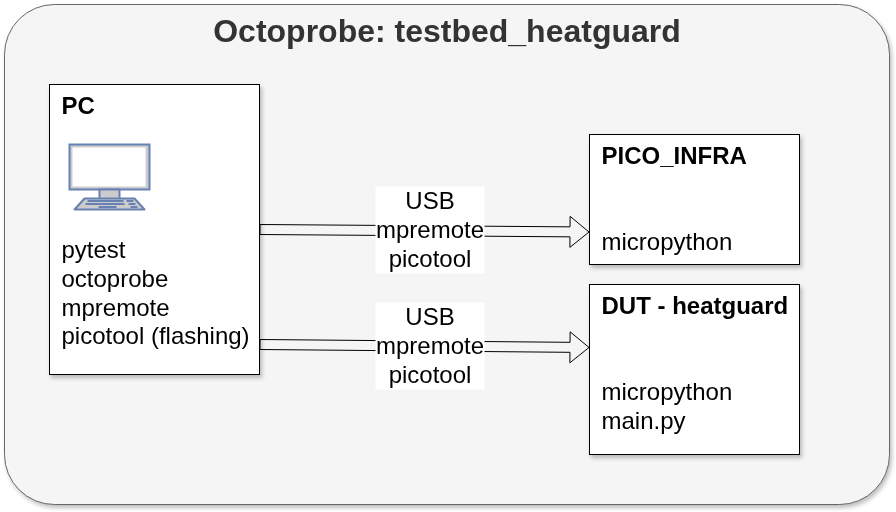
hmaerki/experiment_octoprobe_testbed_heatguard keeps this draw.io diagram as docs/implementation/10_overall_control/overall_control.drawio.png. Above is the earlier version. Source tidied: cells renumbered, new cells last; positions are measured from the earlier drawing's top-left corner, leaving out a move shared by most shapes. Source of this version:
```xml
<mxGraphModel>
  <root>
    <mxCell id="0" />
    <mxCell id="1" parent="0" />
    <mxCell id="2" value="&lt;b&gt;Octoprobe: testbed_heatguard&lt;/b&gt;" style="rounded=1;whiteSpace=wrap;html=1;shadow=1;align=center;horizontal=1;arcSize=10;verticalAlign=top;fontSize=32;fillColor=#f5f5f5;fontColor=#333333;strokeColor=#666666;" parent="1" vertex="1">
      <mxGeometry width="885" height="500" as="geometry" />
    </mxCell>
    <mxCell id="3" value="&lt;b&gt;PC&lt;/b&gt;&lt;br&gt;&lt;br&gt;&lt;br&gt;&lt;div&gt;&lt;br&gt;&lt;/div&gt;&lt;div&gt;&lt;span style=&quot;background-color: transparent; color: light-dark(rgb(0, 0, 0), rgb(255, 255, 255));&quot;&gt;&lt;br&gt;&lt;/span&gt;&lt;/div&gt;&lt;div&gt;&lt;span style=&quot;background-color: transparent; color: light-dark(rgb(0, 0, 0), rgb(255, 255, 255));&quot;&gt;pytest&lt;/span&gt;&lt;/div&gt;&lt;div&gt;octoprobe&lt;/div&gt;&lt;div&gt;mpremote&lt;/div&gt;&lt;div&gt;picotool (flashing)&lt;/div&gt;" style="rounded=0;whiteSpace=wrap;html=1;verticalAlign=top;align=left;shadow=1;fontSize=24;spacingLeft=10;" parent="1" vertex="1">
      <mxGeometry x="45" y="80" width="210" height="290" as="geometry" />
    </mxCell>
    <mxCell id="4" style="fontColor=#0066CC;verticalAlign=top;verticalLabelPosition=bottom;labelPosition=center;align=center;html=1;fillColor=#CCCCCC;strokeColor=#6881B3;gradientColor=none;gradientDirection=north;strokeWidth=2;shape=mxgraph.networks.terminal;" parent="1" vertex="1">
      <mxGeometry x="65" y="140" width="80" height="65" as="geometry" />
    </mxCell>
    <mxCell id="5" value="&lt;b&gt;PICO_INFRA&lt;/b&gt;&lt;br&gt;&lt;br&gt;&lt;br&gt;&lt;div&gt;&lt;span style=&quot;background-color: transparent; color: light-dark(rgb(0, 0, 0), rgb(255, 255, 255));&quot;&gt;micropython&lt;/span&gt;&lt;/div&gt;" style="rounded=0;whiteSpace=wrap;html=1;verticalAlign=top;align=left;shadow=1;fontSize=24;spacingLeft=10;" parent="1" vertex="1">
      <mxGeometry x="585" y="130" width="210" height="130" as="geometry" />
    </mxCell>
    <mxCell id="6" value="&lt;b&gt;DUT - heatguard&lt;/b&gt;&lt;br&gt;&lt;br&gt;&lt;br&gt;&lt;div&gt;&lt;span style=&quot;background-color: transparent; color: light-dark(rgb(0, 0, 0), rgb(255, 255, 255));&quot;&gt;micropython&lt;/span&gt;&lt;/div&gt;&lt;div&gt;&lt;span style=&quot;background-color: transparent; color: light-dark(rgb(0, 0, 0), rgb(255, 255, 255));&quot;&gt;main.py&lt;/span&gt;&lt;/div&gt;" style="rounded=0;whiteSpace=wrap;html=1;verticalAlign=top;align=left;shadow=1;fontSize=24;spacingLeft=10;" parent="1" vertex="1">
      <mxGeometry x="585" y="280" width="210" height="170" as="geometry" />
    </mxCell>
    <mxCell id="7" value="USB&lt;br&gt;mpremote&lt;div&gt;picotool&lt;/div&gt;" style="shape=flexArrow;endArrow=classic;html=1;rounded=0;entryX=0;entryY=0.75;entryDx=0;entryDy=0;exitX=1;exitY=0.5;exitDx=0;exitDy=0;fontSize=24;" parent="1" edge="1" source="3" target="5">
      <mxGeometry x="0.03" y="1" relative="1" as="geometry" />
    </mxCell>
    <mxCell id="8" value="USB&lt;br&gt;mpremote&lt;div&gt;picotool&lt;/div&gt;" style="shape=flexArrow;endArrow=classic;html=1;rounded=0;entryX=0;entryY=0.75;entryDx=0;entryDy=0;exitX=1;exitY=0.5;exitDx=0;exitDy=0;fontSize=24;" parent="1" edge="1">
      <mxGeometry x="0.03" y="1" relative="1" as="geometry">
        <mxPoint x="255" y="340" as="sourcePoint" />
        <mxPoint x="585" y="343" as="targetPoint" />
      </mxGeometry>
    </mxCell>
  </root>
</mxGraphModel>
```
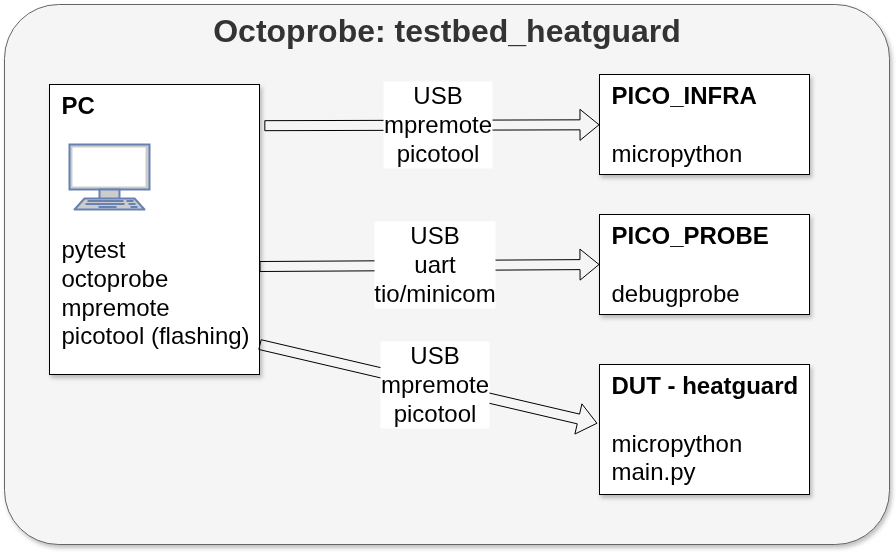
Above is the later version.

The edit, as a diff of the source:
```diff
@@ -3,7 +3,7 @@
     <mxCell id="0" />
     <mxCell id="1" parent="0" />
     <mxCell id="2" value="&lt;b&gt;Octoprobe: testbed_heatguard&lt;/b&gt;" style="rounded=1;whiteSpace=wrap;html=1;shadow=1;align=center;horizontal=1;arcSize=10;verticalAlign=top;fontSize=32;fillColor=#f5f5f5;fontColor=#333333;strokeColor=#666666;" parent="1" vertex="1">
-      <mxGeometry width="885" height="500" as="geometry" />
+      <mxGeometry width="885" height="540" as="geometry" />
     </mxCell>
     <mxCell id="3" value="&lt;b&gt;PC&lt;/b&gt;&lt;br&gt;&lt;br&gt;&lt;br&gt;&lt;div&gt;&lt;br&gt;&lt;/div&gt;&lt;div&gt;&lt;span style=&quot;background-color: transparent; color: light-dark(rgb(0, 0, 0), rgb(255, 255, 255));&quot;&gt;&lt;br&gt;&lt;/span&gt;&lt;/div&gt;&lt;div&gt;&lt;span style=&quot;background-color: transparent; color: light-dark(rgb(0, 0, 0), rgb(255, 255, 255));&quot;&gt;pytest&lt;/span&gt;&lt;/div&gt;&lt;div&gt;octoprobe&lt;/div&gt;&lt;div&gt;mpremote&lt;/div&gt;&lt;div&gt;picotool (flashing)&lt;/div&gt;" style="rounded=0;whiteSpace=wrap;html=1;verticalAlign=top;align=left;shadow=1;fontSize=24;spacingLeft=10;" parent="1" vertex="1">
       <mxGeometry x="45" y="80" width="210" height="290" as="geometry" />
@@ -11,20 +11,27 @@
     <mxCell id="4" style="fontColor=#0066CC;verticalAlign=top;verticalLabelPosition=bottom;labelPosition=center;align=center;html=1;fillColor=#CCCCCC;strokeColor=#6881B3;gradientColor=none;gradientDirection=north;strokeWidth=2;shape=mxgraph.networks.terminal;" parent="1" vertex="1">
       <mxGeometry x="65" y="140" width="80" height="65" as="geometry" />
     </mxCell>
-    <mxCell id="5" value="&lt;b&gt;PICO_INFRA&lt;/b&gt;&lt;br&gt;&lt;br&gt;&lt;br&gt;&lt;div&gt;&lt;span style=&quot;background-color: transparent; color: light-dark(rgb(0, 0, 0), rgb(255, 255, 255));&quot;&gt;micropython&lt;/span&gt;&lt;/div&gt;" style="rounded=0;whiteSpace=wrap;html=1;verticalAlign=top;align=left;shadow=1;fontSize=24;spacingLeft=10;" parent="1" vertex="1">
-      <mxGeometry x="585" y="130" width="210" height="130" as="geometry" />
+    <mxCell id="5" value="&lt;b&gt;PICO_INFRA&lt;/b&gt;&lt;br&gt;&lt;br&gt;&lt;div&gt;&lt;span style=&quot;background-color: transparent; color: light-dark(rgb(0, 0, 0), rgb(255, 255, 255));&quot;&gt;micropython&lt;/span&gt;&lt;/div&gt;" style="rounded=0;whiteSpace=wrap;html=1;verticalAlign=top;align=left;shadow=1;fontSize=24;spacingLeft=10;" parent="1" vertex="1">
+      <mxGeometry x="595" y="70" width="210" height="100" as="geometry" />
     </mxCell>
-    <mxCell id="6" value="&lt;b&gt;DUT - heatguard&lt;/b&gt;&lt;br&gt;&lt;br&gt;&lt;br&gt;&lt;div&gt;&lt;span style=&quot;background-color: transparent; color: light-dark(rgb(0, 0, 0), rgb(255, 255, 255));&quot;&gt;micropython&lt;/span&gt;&lt;/div&gt;&lt;div&gt;&lt;span style=&quot;background-color: transparent; color: light-dark(rgb(0, 0, 0), rgb(255, 255, 255));&quot;&gt;main.py&lt;/span&gt;&lt;/div&gt;" style="rounded=0;whiteSpace=wrap;html=1;verticalAlign=top;align=left;shadow=1;fontSize=24;spacingLeft=10;" parent="1" vertex="1">
-      <mxGeometry x="585" y="280" width="210" height="170" as="geometry" />
+    <mxCell id="6" value="&lt;b&gt;DUT - heatguard&lt;/b&gt;&lt;br&gt;&lt;br&gt;&lt;div&gt;&lt;span style=&quot;background-color: transparent; color: light-dark(rgb(0, 0, 0), rgb(255, 255, 255));&quot;&gt;micropython&lt;/span&gt;&lt;/div&gt;&lt;div&gt;&lt;span style=&quot;background-color: transparent; color: light-dark(rgb(0, 0, 0), rgb(255, 255, 255));&quot;&gt;main.py&lt;/span&gt;&lt;/div&gt;" style="rounded=0;whiteSpace=wrap;html=1;verticalAlign=top;align=left;shadow=1;fontSize=24;spacingLeft=10;" parent="1" vertex="1">
+      <mxGeometry x="595" y="360" width="210" height="130" as="geometry" />
     </mxCell>
-    <mxCell id="7" value="USB&lt;br&gt;mpremote&lt;div&gt;picotool&lt;/div&gt;" style="shape=flexArrow;endArrow=classic;html=1;rounded=0;entryX=0;entryY=0.75;entryDx=0;entryDy=0;exitX=1;exitY=0.5;exitDx=0;exitDy=0;fontSize=24;" parent="1" edge="1" source="3" target="5">
+    <mxCell id="7" value="USB&lt;br&gt;mpremote&lt;div&gt;picotool&lt;/div&gt;" style="shape=flexArrow;endArrow=classic;html=1;rounded=0;exitX=1.023;exitY=0.142;exitDx=0;exitDy=0;fontSize=24;exitPerimeter=0;" parent="1" edge="1" source="3" target="5">
       <mxGeometry x="0.03" y="1" relative="1" as="geometry" />
     </mxCell>
-    <mxCell id="8" value="USB&lt;br&gt;mpremote&lt;div&gt;picotool&lt;/div&gt;" style="shape=flexArrow;endArrow=classic;html=1;rounded=0;entryX=0;entryY=0.75;entryDx=0;entryDy=0;exitX=1;exitY=0.5;exitDx=0;exitDy=0;fontSize=24;" parent="1" edge="1">
+    <mxCell id="8" value="USB&lt;br&gt;mpremote&lt;div&gt;picotool&lt;/div&gt;" style="shape=flexArrow;endArrow=classic;html=1;rounded=0;entryX=-0.01;entryY=0.453;entryDx=0;entryDy=0;exitX=1;exitY=0.5;exitDx=0;exitDy=0;fontSize=24;entryPerimeter=0;" parent="1" edge="1" target="6">
       <mxGeometry x="0.03" y="1" relative="1" as="geometry">
         <mxPoint x="255" y="340" as="sourcePoint" />
-        <mxPoint x="585" y="343" as="targetPoint" />
       </mxGeometry>
     </mxCell>
+    <mxCell id="9" value="&lt;b&gt;PICO_PROBE&lt;/b&gt;&lt;div&gt;&lt;span style=&quot;background-color: transparent; color: light-dark(rgb(0, 0, 0), rgb(255, 255, 255));&quot;&gt;&lt;br&gt;&lt;/span&gt;&lt;/div&gt;&lt;div&gt;&lt;span style=&quot;background-color: transparent; color: light-dark(rgb(0, 0, 0), rgb(255, 255, 255));&quot;&gt;debugprobe&lt;/span&gt;&lt;/div&gt;" style="rounded=0;whiteSpace=wrap;html=1;verticalAlign=top;align=left;shadow=1;fontSize=24;spacingLeft=10;" parent="1" vertex="1">
+      <mxGeometry x="595" y="210" width="210" height="100" as="geometry" />
+    </mxCell>
+    <mxCell id="10" value="USB&lt;div&gt;uart&lt;br&gt;tio/minicom&lt;/div&gt;" style="shape=flexArrow;endArrow=classic;html=1;rounded=0;exitX=0.998;exitY=0.355;exitDx=0;exitDy=0;fontSize=24;exitPerimeter=0;entryX=0;entryY=0.5;entryDx=0;entryDy=0;" parent="1" edge="1" target="9">
+      <mxGeometry x="0.03" y="1" relative="1" as="geometry">
+        <mxPoint x="255" y="262" as="sourcePoint" />
+      </mxGeometry>
+    </mxCell>
   </root>
 </mxGraphModel>
```
